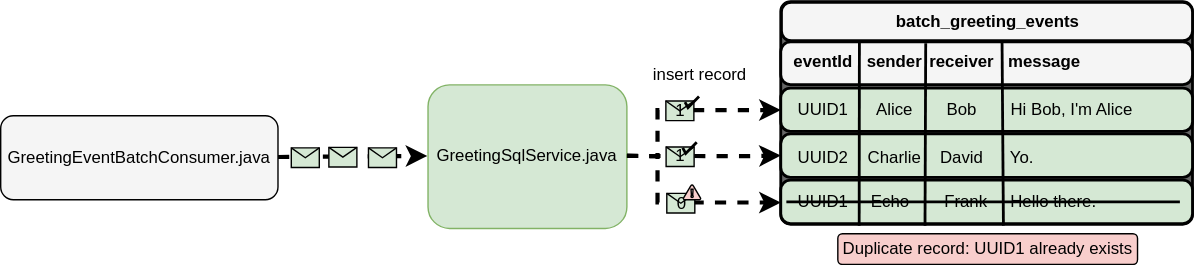
The draw.io diagram course-material/assets/module3/images/exercise3.svg in SonahLab/twitch-chat-hit-counter, before a commit. Source tidied: cells renumbered, new cells last; positions are measured from the earlier drawing's top-left corner, leaving out a move shared by most shapes.
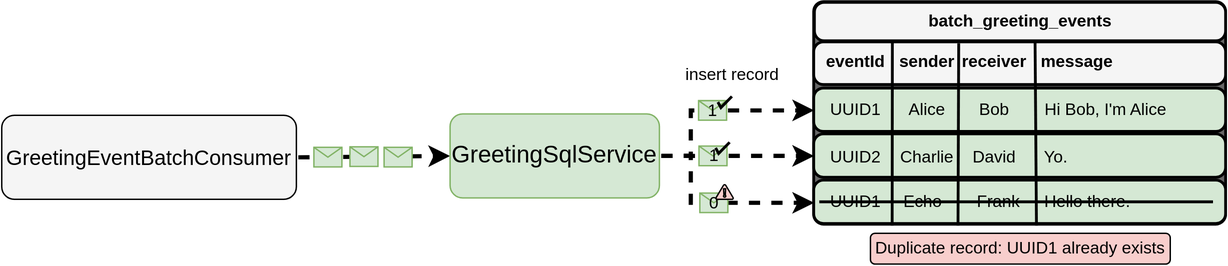
The same file after the commit.

Change to the diagram source:
```diff
@@ -2,25 +2,25 @@
   <root>
     <mxCell id="0" />
     <mxCell id="1" parent="0" />
-    <mxCell id="2" value="GreetingEventBatchConsumer.java" style="rounded=1;whiteSpace=wrap;html=1;fillColor=#f5f5f5;fontColor=#000000;strokeColor=#000000;" parent="1" vertex="1">
-      <mxGeometry y="81" width="198" height="60" as="geometry" />
+    <mxCell id="2" value="GreetingEventBatchConsumer" style="rounded=1;whiteSpace=wrap;html=1;fillColor=#f5f5f5;fontColor=#000000;strokeColor=#000000;fontSize=15;" parent="1" vertex="1">
+      <mxGeometry x="-22.3" y="81" width="210.3" height="60" as="geometry" />
     </mxCell>
     <mxCell id="3" style="endArrow=classic;html=1;rounded=0;fontColor=#000000;strokeColor=#000000;strokeWidth=3;flowAnimation=1;exitX=1;exitY=0.5;exitDx=0;exitDy=0;entryX=0;entryY=0.5;entryDx=0;entryDy=0;" parent="1" edge="1" source="2" target="5">
       <mxGeometry relative="1" as="geometry" />
     </mxCell>
-    <mxCell id="4" style="shape=message;html=1;fillColor=#d5e8d4;strokeColor=#000000;" parent="3" vertex="1">
+    <mxCell id="4" style="shape=message;html=1;fillColor=#d5e8d4;strokeColor=#82b366;" parent="3" vertex="1">
       <mxGeometry width="20" height="14" relative="1" as="geometry">
         <mxPoint x="-17" y="-7" as="offset" />
       </mxGeometry>
     </mxCell>
-    <mxCell id="5" value="GreetingSqlService.java" style="rounded=1;whiteSpace=wrap;html=1;fillColor=#d5e8d4;strokeColor=#82b366;" parent="1" vertex="1">
-      <mxGeometry x="305.1" y="59" width="142" height="102.5" as="geometry" />
+    <mxCell id="5" value="GreetingSqlService" style="rounded=1;whiteSpace=wrap;html=1;fillColor=#d5e8d4;strokeColor=#82b366;fontSize=17;" parent="1" vertex="1">
+      <mxGeometry x="297.7" y="80" width="149.4" height="60" as="geometry" />
     </mxCell>
-    <mxCell id="6" style="shape=message;html=1;fillColor=#d5e8d4;strokeColor=#000000;" parent="1" vertex="1">
-      <mxGeometry x="262.6" y="104" width="20" height="14" as="geometry" />
+    <mxCell id="6" style="shape=message;html=1;fillColor=#d5e8d4;strokeColor=#82b366;" parent="1" vertex="1">
+      <mxGeometry x="250.6" y="103.9" width="20" height="14" as="geometry" />
     </mxCell>
-    <mxCell id="7" style="shape=message;html=1;fillColor=#d5e8d4;strokeColor=#000000;fontColor=#000000;" parent="1" vertex="1">
-      <mxGeometry x="207.5" y="104" width="20" height="14" as="geometry" />
+    <mxCell id="7" style="shape=message;html=1;fillColor=#d5e8d4;strokeColor=#82b366;" parent="1" vertex="1">
+      <mxGeometry x="200.5" y="103.9" width="20" height="14" as="geometry" />
     </mxCell>
     <mxCell id="8" style="rounded=1;whiteSpace=wrap;html=1;absoluteArcSize=1;arcSize=14;strokeWidth=2;fillColor=light-dark(#666666, #ededed);strokeColor=#000000;fontColor=#000000;" parent="1" vertex="1">
       <mxGeometry x="557.5" width="294" height="159" as="geometry" />
@@ -50,16 +50,16 @@
       <mxGeometry x="638.5" y="4.5" width="132" height="19.5" as="geometry" />
     </mxCell>
     <mxCell id="17" value="UUID2" style="text;html=1;align=center;verticalAlign=middle;whiteSpace=wrap;rounded=0;fontColor=#000000;strokeColor=none;" parent="1" vertex="1">
-      <mxGeometry x="561.5" y="101.2" width="51" height="19.5" as="geometry" />
+      <mxGeometry x="561.5" y="101.3" width="51" height="19.5" as="geometry" />
     </mxCell>
     <mxCell id="18" value="Charlie" style="text;html=1;align=center;verticalAlign=middle;whiteSpace=wrap;rounded=0;fontColor=#000000;strokeColor=none;" parent="1" vertex="1">
-      <mxGeometry x="612.5" y="101.2" width="51" height="19.5" as="geometry" />
+      <mxGeometry x="612.5" y="101.3" width="51" height="19.5" as="geometry" />
     </mxCell>
     <mxCell id="19" value="David" style="text;html=1;align=center;verticalAlign=middle;whiteSpace=wrap;rounded=0;fontColor=#000000;strokeColor=none;" parent="1" vertex="1">
-      <mxGeometry x="661" y="101.2" width="51" height="19.5" as="geometry" />
+      <mxGeometry x="661" y="101.3" width="51" height="19.5" as="geometry" />
     </mxCell>
     <mxCell id="20" value="Yo." style="text;html=1;align=center;verticalAlign=middle;whiteSpace=wrap;rounded=0;fontColor=#000000;strokeColor=none;" parent="1" vertex="1">
-      <mxGeometry x="720.5" y="101.2" width="19" height="19.5" as="geometry" />
+      <mxGeometry x="720.5" y="101.3" width="19" height="19.5" as="geometry" />
     </mxCell>
     <mxCell id="21" style="rounded=1;whiteSpace=wrap;html=1;absoluteArcSize=1;arcSize=14;strokeWidth=2;fillColor=#f5f5f5;fontColor=#000000;strokeColor=#000000;" parent="1" vertex="1">
       <mxGeometry x="557.5" y="28.8" width="294" height="30.5" as="geometry" />
@@ -97,16 +97,16 @@
       </mxGeometry>
     </mxCell>
     <mxCell id="30" value="UUID1" style="text;html=1;align=center;verticalAlign=middle;whiteSpace=wrap;rounded=0;fontColor=#000000;strokeColor=none;" parent="1" vertex="1">
-      <mxGeometry x="561.5" y="133.2" width="51" height="19.5" as="geometry" />
+      <mxGeometry x="561.5" y="133.3" width="51" height="19.5" as="geometry" />
     </mxCell>
     <mxCell id="31" value="Echo" style="text;html=1;align=center;verticalAlign=middle;whiteSpace=wrap;rounded=0;fontColor=#000000;strokeColor=none;" parent="1" vertex="1">
-      <mxGeometry x="610" y="133.2" width="51" height="19.5" as="geometry" />
+      <mxGeometry x="610" y="133.3" width="51" height="19.5" as="geometry" />
     </mxCell>
     <mxCell id="32" value="Frank" style="text;html=1;align=center;verticalAlign=middle;whiteSpace=wrap;rounded=0;fontColor=#000000;strokeColor=none;" parent="1" vertex="1">
-      <mxGeometry x="663.5" y="133.2" width="51" height="19.5" as="geometry" />
+      <mxGeometry x="663.5" y="133.3" width="51" height="19.5" as="geometry" />
     </mxCell>
     <mxCell id="33" value="Hello there." style="text;html=1;align=center;verticalAlign=middle;whiteSpace=wrap;rounded=0;fontColor=#000000;strokeColor=none;" parent="1" vertex="1">
-      <mxGeometry x="720.5" y="133.2" width="64" height="19.5" as="geometry" />
+      <mxGeometry x="720.5" y="133.3" width="64" height="19.5" as="geometry" />
     </mxCell>
     <mxCell id="34" style="endArrow=none;html=1;rounded=0;strokeWidth=2;fillColor=#f8cecc;strokeColor=#000000;exitX=0;exitY=0.5;exitDx=0;exitDy=0;fontColor=#000000;" parent="1" edge="1" source="30">
       <mxGeometry relative="1" as="geometry">
@@ -114,10 +114,10 @@
       </mxGeometry>
     </mxCell>
     <mxCell id="35" value="&lt;font style=&quot;&quot;&gt;insert record&lt;/font&gt;" style="text;html=1;align=center;verticalAlign=middle;whiteSpace=wrap;rounded=0;fontColor=#000000;strokeColor=none;" parent="1" vertex="1">
-      <mxGeometry x="463.5" y="44.2" width="71" height="14.8" as="geometry" />
+      <mxGeometry x="463.5" y="44.3" width="71" height="14.8" as="geometry" />
     </mxCell>
     <mxCell id="36" value="Duplicate record: UUID1 already exists" style="rounded=1;whiteSpace=wrap;html=1;fillColor=#f8cecc;strokeColor=#000000;fontColor=#000000;" parent="1" vertex="1">
-      <mxGeometry x="597.8" y="165.2" width="214" height="22" as="geometry" />
+      <mxGeometry x="597.7" y="165.3" width="214" height="22" as="geometry" />
     </mxCell>
     <mxCell id="37" style="endArrow=classic;html=1;rounded=0;strokeColor=#000000;exitX=1;exitY=0.5;exitDx=0;exitDy=0;flowAnimation=1;edgeStyle=orthogonalEdgeStyle;strokeWidth=3;entryX=0;entryY=0.5;entryDx=0;entryDy=0;fontColor=#000000;" parent="1" edge="1" source="5" target="9">
       <mxGeometry relative="1" as="geometry">
@@ -128,7 +128,7 @@
         </Array>
       </mxGeometry>
     </mxCell>
-    <mxCell id="38" value="1" style="shape=message;html=1;fillColor=#d5e8d4;strokeColor=#000000;" parent="37" vertex="1">
+    <mxCell id="38" value="1" style="shape=message;html=1;fillColor=#d5e8d4;strokeColor=#82b366;" parent="37" vertex="1">
       <mxGeometry width="20" height="14" relative="1" as="geometry">
         <mxPoint x="-11" y="-7" as="offset" />
       </mxGeometry>
@@ -144,7 +144,7 @@
         </Array>
       </mxGeometry>
     </mxCell>
-    <mxCell id="41" value="1" style="shape=message;html=1;fillColor=#d5e8d4;strokeColor=#000000;" parent="40" vertex="1">
+    <mxCell id="41" value="1" style="shape=message;html=1;fillColor=#d5e8d4;strokeColor=#82b366;" parent="40" vertex="1">
       <mxGeometry width="20" height="14" relative="1" as="geometry">
         <mxPoint x="-27" y="-7" as="offset" />
       </mxGeometry>
@@ -161,7 +161,7 @@
         </Array>
       </mxGeometry>
     </mxCell>
-    <mxCell id="44" value="0" style="shape=message;html=1;fillColor=#d5e8d4;strokeColor=#000000;" parent="43" vertex="1">
+    <mxCell id="44" value="0" style="shape=message;html=1;fillColor=#d5e8d4;strokeColor=#82b366;" parent="43" vertex="1">
       <mxGeometry width="20" height="14" relative="1" as="geometry">
         <mxPoint x="-10" y="-7" as="offset" />
       </mxGeometry>
```
